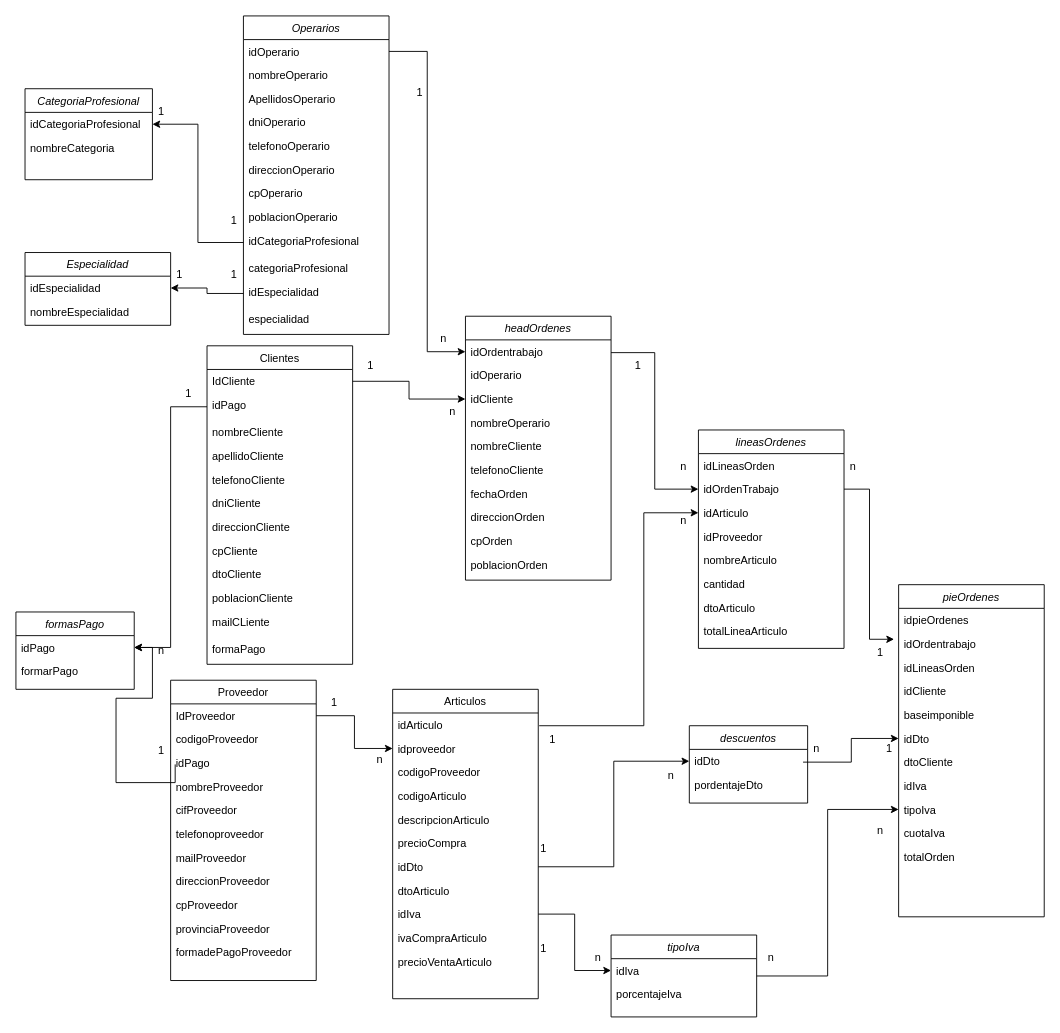
Shmarte1970/drawIO keeps this draw.io diagram as Mi_UML_INREMO.drawio. Above is the earlier version. Source tidied: cells renumbered, new cells numbered last; positions are measured from the earlier drawing's top-left corner, leaving out a move shared by most shapes. Both pictures are drawn from the tidied source at 91%, with x=0, y=0 at pixel (15, 15).
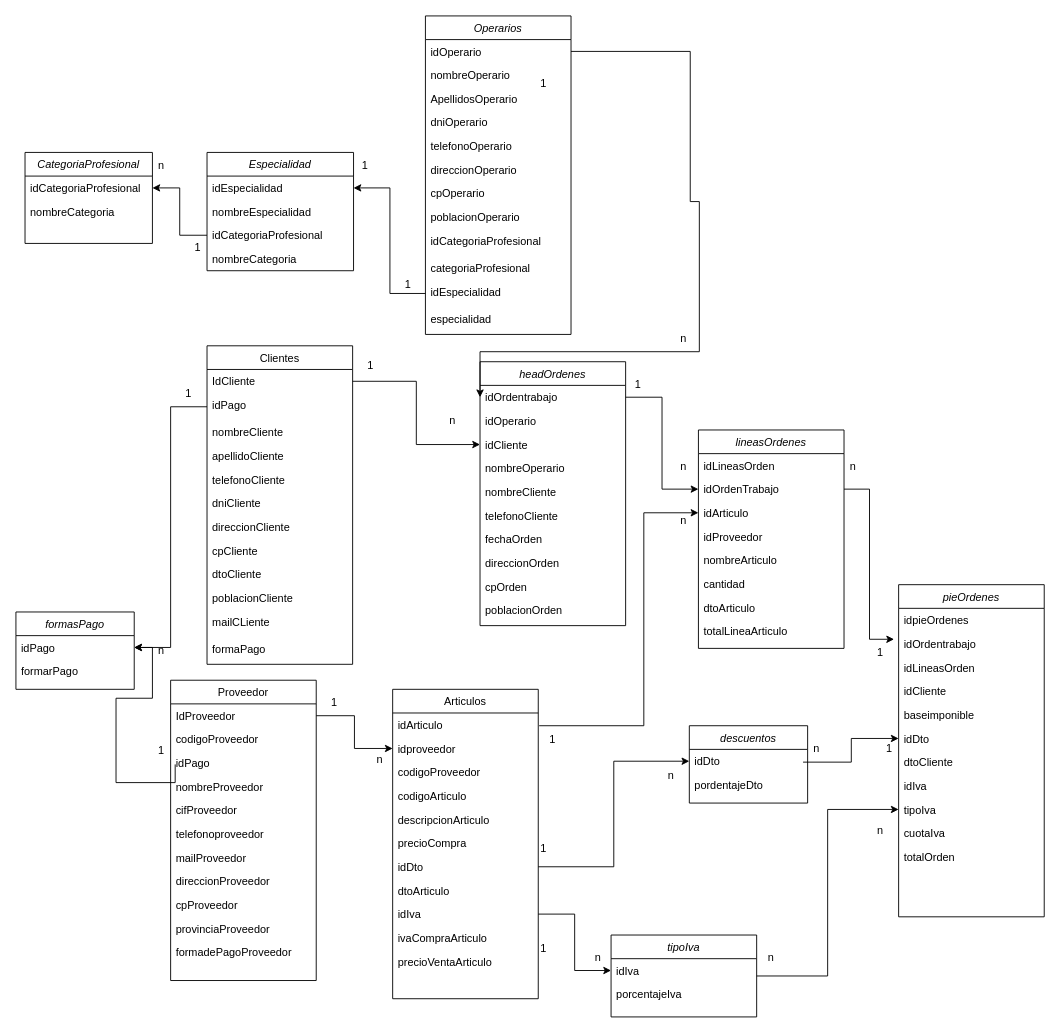
After the change.

Unchanged cells that the change refers to:
```xml
<mxCell id="3" value="idOperario&#10;" style="text;align=left;verticalAlign=top;spacingLeft=4;spacingRight=4;overflow=hidden;points=[[0,0.5],[1,0.5]];portConstraint=eastwest;rounded=0;shadow=0;html=0;" parent="2" vertex="1">
  <mxGeometry y="26" width="160" height="26" as="geometry" />
</mxCell>
<mxCell id="11" value="idCategoriaProfesional" style="text;align=left;verticalAlign=top;spacingLeft=4;spacingRight=4;overflow=hidden;points=[[0,0.5],[1,0.5]];portConstraint=eastwest;" parent="2" vertex="1">
  <mxGeometry y="234" width="160" height="30" as="geometry" />
</mxCell>
<mxCell id="13" value="idEspecialidad" style="text;align=left;verticalAlign=top;spacingLeft=4;spacingRight=4;overflow=hidden;points=[[0,0.5],[1,0.5]];portConstraint=eastwest;" parent="2" vertex="1">
  <mxGeometry y="290" width="160" height="30" as="geometry" />
</mxCell>
<mxCell id="53" value="idOrdentrabajo" style="text;align=left;verticalAlign=top;spacingLeft=4;spacingRight=4;overflow=hidden;points=[[0,0.5],[1,0.5]];portConstraint=eastwest;rounded=0;shadow=0;html=0;" parent="52" vertex="1">
  <mxGeometry y="26" width="160" height="26" as="geometry" />
</mxCell>
<mxCell id="65" value="idOrdenTrabajo" style="text;align=left;verticalAlign=top;spacingLeft=4;spacingRight=4;overflow=hidden;points=[[0,0.5],[1,0.5]];portConstraint=eastwest;" parent="63" vertex="1">
  <mxGeometry y="52" width="160" height="26" as="geometry" />
</mxCell>
<mxCell id="120" value="idCategoriaProfesional" style="text;align=left;verticalAlign=top;spacingLeft=4;spacingRight=4;overflow=hidden;points=[[0,0.5],[1,0.5]];portConstraint=eastwest;rounded=0;shadow=0;html=0;" parent="119" vertex="1">
  <mxGeometry y="26" width="140" height="26" as="geometry" />
</mxCell>
```

The edit, as a diff of the source:
```diff
@@
     <mxCell id="2" value="Operarios" style="swimlane;fontStyle=2;align=center;verticalAlign=top;horizontal=1;startSize=26;rounded=0;shadow=0;strokeWidth=1;" parent="1" vertex="1">
-      <mxGeometry x="250" width="160" height="350" as="geometry" />
+      <mxGeometry x="450" width="160" height="350" as="geometry" />
     </mxCell>
@@
     <mxCell id="52" value="headOrdenes" style="swimlane;fontStyle=2;align=center;verticalAlign=top;horizontal=1;startSize=26;rounded=0;shadow=0;strokeWidth=1;" parent="1" vertex="1">
-      <mxGeometry x="494" y="330" width="160" height="290" as="geometry" />
+      <mxGeometry x="510" y="380" width="160" height="290" as="geometry" />
     </mxCell>
@@
-    <mxCell id="91" style="edgeStyle=elbowEdgeStyle;rounded=0;jettySize=auto;html=1;exitX=0;exitY=0;exitDx=0;exitDy=0;entryX=0;entryY=0.5;entryDx=0;entryDy=0;" parent="1" edge="1" source="92" target="65">
+    <mxCell id="91" style="edgeStyle=elbowEdgeStyle;rounded=0;jettySize=auto;html=1;entryX=0;entryY=0.5;entryDx=0;entryDy=0;" parent="1" edge="1" source="53" target="65">
       <mxGeometry relative="1" as="geometry" />
     </mxCell>
     <mxCell id="92" value="1" style="text;html=1;strokeColor=none;fillColor=none;align=center;verticalAlign=middle;whiteSpace=wrap;rounded=0;" parent="1" vertex="1">
-      <mxGeometry x="654" y="370" width="60" height="30" as="geometry" />
+      <mxGeometry x="654" y="390" width="60" height="30" as="geometry" />
     </mxCell>
@@
     <mxCell id="96" value="1" style="text;html=1;strokeColor=none;fillColor=none;align=center;verticalAlign=middle;whiteSpace=wrap;rounded=0;" parent="1" vertex="1">
-      <mxGeometry x="414" y="70" width="60" height="30" as="geometry" />
+      <mxGeometry x="550" y="60" width="60" height="30" as="geometry" />
     </mxCell>
     <mxCell id="97" value="n" style="text;html=1;strokeColor=none;fillColor=none;align=center;verticalAlign=middle;whiteSpace=wrap;rounded=0;" parent="1" vertex="1">
-      <mxGeometry x="440" y="340" width="60" height="30" as="geometry" />
+      <mxGeometry x="704" y="340" width="60" height="30" as="geometry" />
     </mxCell>
@@
     <mxCell id="111" value="n" style="text;html=1;strokeColor=none;fillColor=none;align=center;verticalAlign=middle;whiteSpace=wrap;rounded=0;" parent="1" vertex="1">
-      <mxGeometry x="450" y="420" width="60" height="30" as="geometry" />
+      <mxGeometry x="450" y="430" width="60" height="30" as="geometry" />
     </mxCell>
@@
     <mxCell id="119" value="CategoriaProfesional" style="swimlane;fontStyle=2;align=center;verticalAlign=top;horizontal=1;startSize=26;rounded=0;shadow=0;strokeWidth=1;" parent="1" vertex="1">
-      <mxGeometry x="10" y="80" width="140" height="100" as="geometry" />
+      <mxGeometry x="10" y="150" width="140" height="100" as="geometry" />
     </mxCell>
@@
     <mxCell id="122" value="Especialidad" style="swimlane;fontStyle=2;align=center;verticalAlign=top;horizontal=1;startSize=26;rounded=0;shadow=0;strokeWidth=1;" parent="1" vertex="1">
-      <mxGeometry x="10" y="260" width="160" height="80" as="geometry" />
+      <mxGeometry x="210" y="150" width="161" height="130" as="geometry" />
     </mxCell>
     <mxCell id="123" value="idEspecialidad" style="text;align=left;verticalAlign=top;spacingLeft=4;spacingRight=4;overflow=hidden;points=[[0,0.5],[1,0.5]];portConstraint=eastwest;rounded=0;shadow=0;html=0;" parent="122" vertex="1">
-      <mxGeometry y="26" width="160" height="26" as="geometry" />
+      <mxGeometry y="26" width="161" height="26" as="geometry" />
     </mxCell>
     <mxCell id="124" value="nombreEspecialidad" style="text;align=left;verticalAlign=top;spacingLeft=4;spacingRight=4;overflow=hidden;" parent="122" vertex="1">
-      <mxGeometry y="52" width="160" height="26" as="geometry" />
+      <mxGeometry y="52" width="161" height="26" as="geometry" />
     </mxCell>
-    <mxCell id="125" value="1" style="text;html=1;strokeColor=none;fillColor=none;align=center;verticalAlign=middle;whiteSpace=wrap;rounded=0;" parent="1" vertex="1">
-      <mxGeometry x="150" y="270" width="60" height="30" as="geometry" />
-    </mxCell>
-    <mxCell id="126" value="1" style="text;html=1;strokeColor=none;fillColor=none;align=center;verticalAlign=middle;whiteSpace=wrap;rounded=0;" parent="1" vertex="1">
-      <mxGeometry x="210" y="270" width="60" height="30" as="geometry" />
-    </mxCell>
-    <mxCell id="127" style="edgeStyle=orthogonalEdgeStyle;rounded=0;jettySize=auto;html=1;exitX=0;exitY=0.5;exitDx=0;exitDy=0;" parent="1" edge="1" source="11" target="120">
-      <mxGeometry relative="1" as="geometry" />
-    </mxCell>
+    <mxCell id="140" value="idCategoriaProfesional" style="text;align=left;verticalAlign=top;spacingLeft=4;spacingRight=4;overflow=hidden;points=[[0,0.5],[1,0.5]];portConstraint=eastwest;" parent="122" vertex="1">
+      <mxGeometry y="78" width="161" height="26" as="geometry" />
+    </mxCell>
+    <mxCell id="141" value="nombreCategoria" style="text;align=left;verticalAlign=top;spacingLeft=4;spacingRight=4;overflow=hidden;" parent="122" vertex="1">
+      <mxGeometry y="104" width="161" height="26" as="geometry" />
+    </mxCell>
     <mxCell id="128" value="1" style="text;html=1;strokeColor=none;fillColor=none;align=center;verticalAlign=middle;whiteSpace=wrap;rounded=0;" parent="1" vertex="1">
-      <mxGeometry x="210" y="210" width="60" height="30" as="geometry" />
+      <mxGeometry x="401" y="280" width="60" height="30" as="geometry" />
     </mxCell>
-    <mxCell id="129" style="edgeStyle=orthogonalEdgeStyle;rounded=0;jettySize=auto;html=1;exitX=0;exitY=0.5;exitDx=0;exitDy=0;" parent="1" edge="1" source="13" target="123">
-      <mxGeometry relative="1" as="geometry" />
-    </mxCell>
     <mxCell id="130" value="1" style="text;html=1;strokeColor=none;fillColor=none;align=center;verticalAlign=middle;whiteSpace=wrap;rounded=0;" parent="1" vertex="1">
-      <mxGeometry x="130" y="90" width="60" height="30" as="geometry" />
+      <mxGeometry x="354" y="150" width="60" height="30" as="geometry" />
     </mxCell>
     <mxCell id="131" style="edgeStyle=orthogonalEdgeStyle;rounded=0;jettySize=auto;html=1;exitX=1;exitY=0.5;exitDx=0;exitDy=0;entryX=0;entryY=0.5;entryDx=0;entryDy=0;" parent="1" edge="1" source="3" target="53">
-      <mxGeometry relative="1" as="geometry" />
+      <mxGeometry relative="1" as="geometry">
+        <Array as="points">
+          <mxPoint x="741" y="39" />
+          <mxPoint x="741" y="204" />
+          <mxPoint x="751" y="204" />
+          <mxPoint x="751" y="369" />
+          <mxPoint x="510" y="369" />
+        </Array>
+      </mxGeometry>
     </mxCell>
@@
+    <mxCell id="142" value="1" style="text;html=1;strokeColor=none;fillColor=none;align=center;verticalAlign=middle;whiteSpace=wrap;rounded=0;" parent="1" vertex="1">
+      <mxGeometry x="170" y="240" width="60" height="30" as="geometry" />
+    </mxCell>
+    <mxCell id="143" value="n" style="text;html=1;strokeColor=none;fillColor=none;align=center;verticalAlign=middle;whiteSpace=wrap;rounded=0;" parent="1" vertex="1">
+      <mxGeometry x="130" y="150" width="60" height="30" as="geometry" />
+    </mxCell>
+    <mxCell id="129" style="edgeStyle=elbowEdgeStyle;rounded=0;jettySize=auto;html=1;exitX=0;exitY=0.5;exitDx=0;exitDy=0;entryX=1;entryY=0.5;entryDx=0;entryDy=0;" parent="1" edge="1" source="13" target="123">
+      <mxGeometry relative="1" as="geometry" />
+    </mxCell>
+    <mxCell id="144" style="edgeStyle=elbowEdgeStyle;rounded=0;jettySize=auto;html=1;exitX=0;exitY=0.5;exitDx=0;exitDy=0;entryX=1;entryY=0.5;entryDx=0;entryDy=0;" parent="1" edge="1" source="140" target="120">
+      <mxGeometry relative="1" as="geometry" />
+    </mxCell>
```
